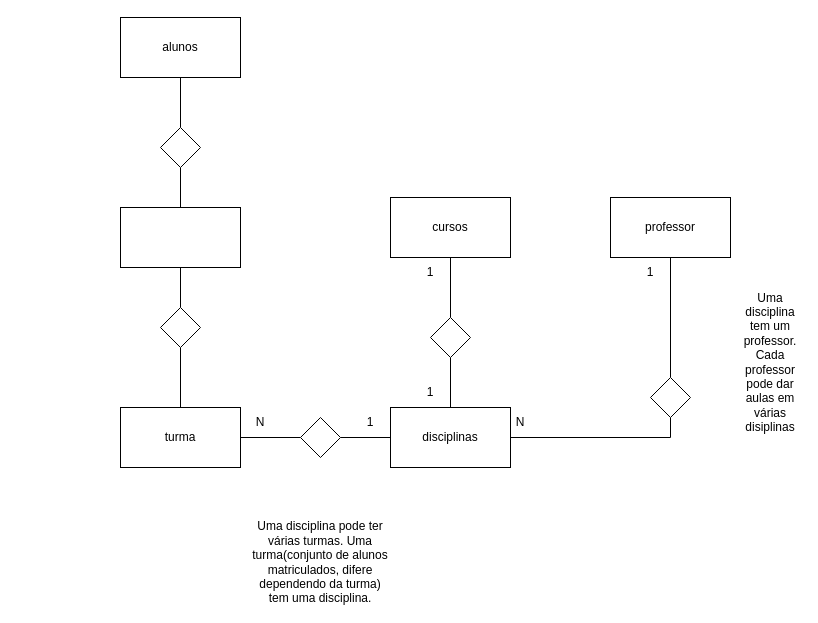
The draw.io diagram UML/MatriculaEntidadeRelacionamento.drawio in Pet-Garcia/AMS, before the edit. Source tidied: cells renumbered, new cells numbered last; positions are measured from the earlier drawing's top-left corner, leaving out a move shared by most shapes. Both pictures are drawn from the tidied source at 100%, with x=0, y=0 at pixel (120, 17).
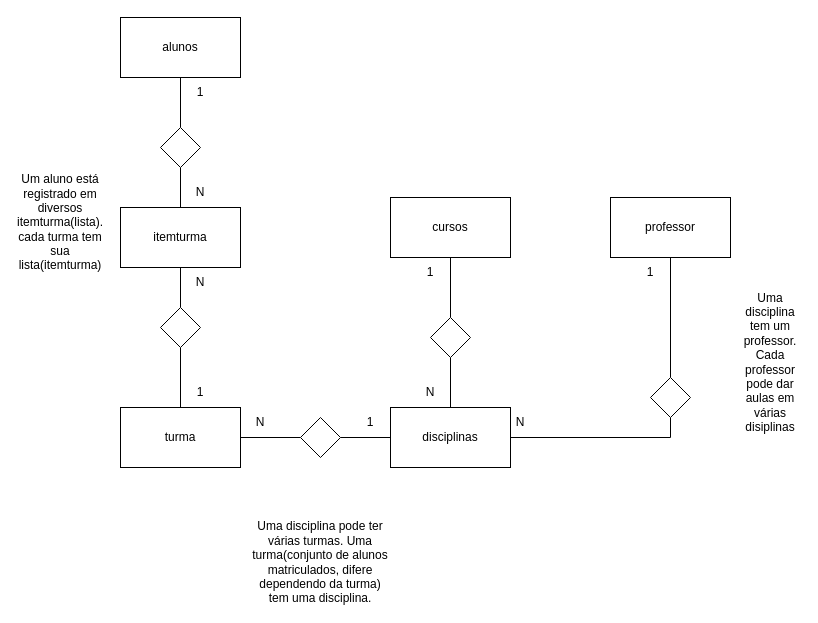
The same page after the edit.

The edit, as a diff of the source:
```diff
@@
-    <mxCell id="26" value="1" style="text;html=1;whiteSpace=wrap;strokeColor=none;fillColor=none;align=center;verticalAlign=middle;rounded=0;" parent="1" vertex="1">
-      <mxGeometry x="280" y="360" width="60" height="30" as="geometry" />
-    </mxCell>
@@
-    <mxCell id="28" style="rounded=0;whiteSpace=wrap;html=1;" parent="1" vertex="1">
+    <mxCell id="28" value="itemturma" style="rounded=0;whiteSpace=wrap;html=1;" parent="1" vertex="1">
       <mxGeometry y="190" width="120" height="60" as="geometry" />
     </mxCell>
@@
+    <mxCell id="31" value="Um aluno está registrado em diversos itemturma(lista). cada turma tem sua lista(itemturma)" style="text;html=1;whiteSpace=wrap;strokeColor=none;fillColor=none;align=center;verticalAlign=middle;rounded=0;" parent="1" vertex="1">
+      <mxGeometry x="-90" y="190" width="60" height="30" as="geometry" />
+    </mxCell>
+    <mxCell id="32" value="1" style="text;html=1;whiteSpace=wrap;strokeColor=none;fillColor=none;align=center;verticalAlign=middle;rounded=0;" parent="1" vertex="1">
+      <mxGeometry x="50" y="60" width="60" height="30" as="geometry" />
+    </mxCell>
+    <mxCell id="33" value="1" style="text;html=1;whiteSpace=wrap;strokeColor=none;fillColor=none;align=center;verticalAlign=middle;rounded=0;" parent="1" vertex="1">
+      <mxGeometry x="50" y="360" width="60" height="30" as="geometry" />
+    </mxCell>
+    <mxCell id="34" value="N" style="text;html=1;whiteSpace=wrap;strokeColor=none;fillColor=none;align=center;verticalAlign=middle;rounded=0;" parent="1" vertex="1">
+      <mxGeometry x="50" y="250" width="60" height="30" as="geometry" />
+    </mxCell>
+    <mxCell id="35" value="N" style="text;html=1;whiteSpace=wrap;strokeColor=none;fillColor=none;align=center;verticalAlign=middle;rounded=0;" parent="1" vertex="1">
+      <mxGeometry x="50" y="160" width="60" height="30" as="geometry" />
+    </mxCell>
+    <mxCell id="36" value="N" style="text;html=1;whiteSpace=wrap;align=center;verticalAlign=middle;rounded=0;" parent="1" vertex="1">
+      <mxGeometry x="280" y="360" width="60" height="30" as="geometry" />
+    </mxCell>
```
